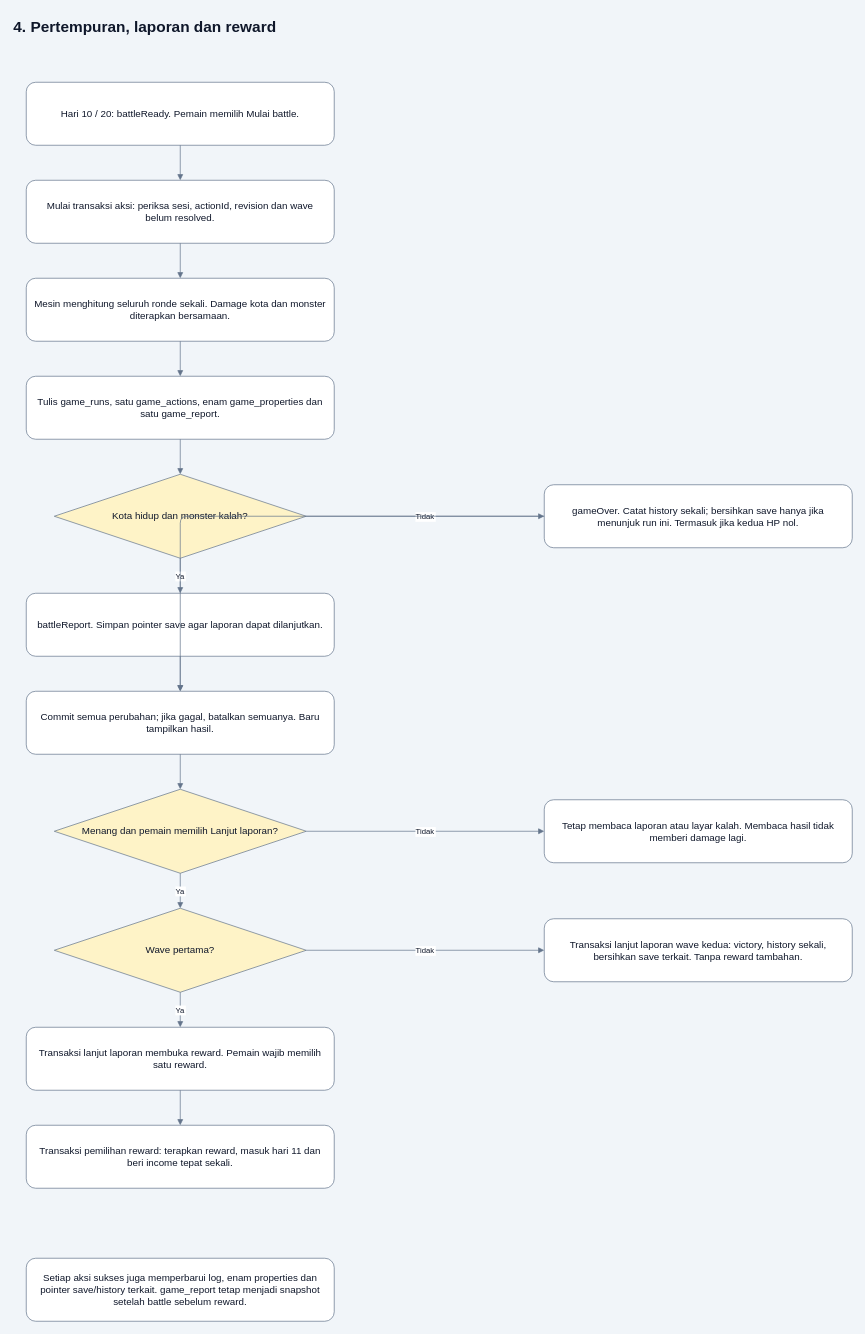
This is page "4. Battle dan laporan" (4 of 6) of docs/database/database_flow.drawio from Three-Musketeers-Hacktiv/Final-Project, a draw.io file, before an edit. Source tidied: cells renumbered, new cells numbered last; positions are measured from the earlier drawing's top-left corner, leaving out a move shared by most shapes. Both pictures are drawn from the tidied source at 70%, with x=0, y=0 at pixel (12, 12).
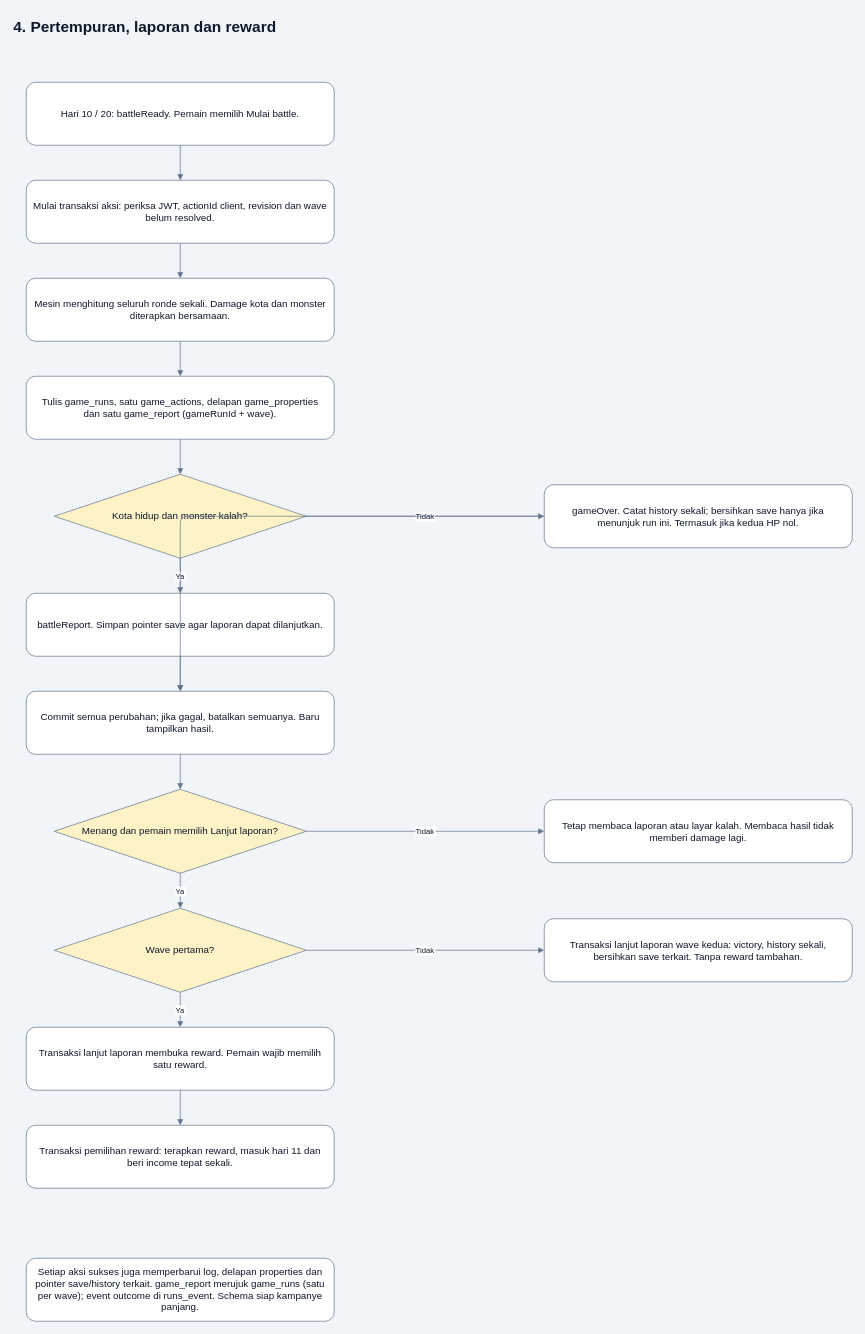
The same diagram, later.

Commit message (it also covers changes not shown here):
feat(docs): update database documentation and schema for Fantasy City Defense

The edit, as a diff of the source:
```diff
@@
-    <mxCell id="4" value="Mulai transaksi aksi: periksa sesi, actionId, revision dan wave belum resolved." style="rounded=1;whiteSpace=wrap;html=0;fillColor=#ffffff;strokeColor=#64748b;fontColor=#0f172a;fontSize=14;spacing=10;" parent="1" vertex="1">
+    <mxCell id="4" value="Mulai transaksi aksi: periksa JWT, actionId client, revision dan wave belum resolved." style="rounded=1;whiteSpace=wrap;html=0;fillColor=#ffffff;strokeColor=#64748b;fontColor=#0f172a;fontSize=14;spacing=10;" parent="1" vertex="1">
       <mxGeometry x="20" y="240" width="440" height="90" as="geometry" />
     </mxCell>
@@
-    <mxCell id="6" value="Tulis game_runs, satu game_actions, enam game_properties dan satu game_report." style="rounded=1;whiteSpace=wrap;html=0;fillColor=#ffffff;strokeColor=#64748b;fontColor=#0f172a;fontSize=14;spacing=10;" parent="1" vertex="1">
+    <mxCell id="6" value="Tulis game_runs, satu game_actions, delapan game_properties dan satu game_report (gameRunId + wave)." style="rounded=1;whiteSpace=wrap;html=0;fillColor=#ffffff;strokeColor=#64748b;fontColor=#0f172a;fontSize=14;spacing=10;" parent="1" vertex="1">
       <mxGeometry x="20" y="520" width="440" height="90" as="geometry" />
     </mxCell>
@@
-    <mxCell id="17" value="Setiap aksi sukses juga memperbarui log, enam properties dan pointer save/history terkait. game_report tetap menjadi snapshot setelah battle sebelum reward." style="rounded=1;whiteSpace=wrap;html=0;fillColor=#ffffff;strokeColor=#64748b;fontColor=#0f172a;fontSize=14;spacing=10;" parent="1" vertex="1">
+    <mxCell id="17" value="Setiap aksi sukses juga memperbarui log, delapan properties dan pointer save/history terkait. game_report merujuk game_runs (satu per wave); event outcome di runs_event. Schema siap kampanye panjang." style="rounded=1;whiteSpace=wrap;html=0;fillColor=#ffffff;strokeColor=#64748b;fontColor=#0f172a;fontSize=14;spacing=10;" parent="1" vertex="1">
       <mxGeometry x="20" y="1780" width="440" height="90" as="geometry" />
     </mxCell>
```
